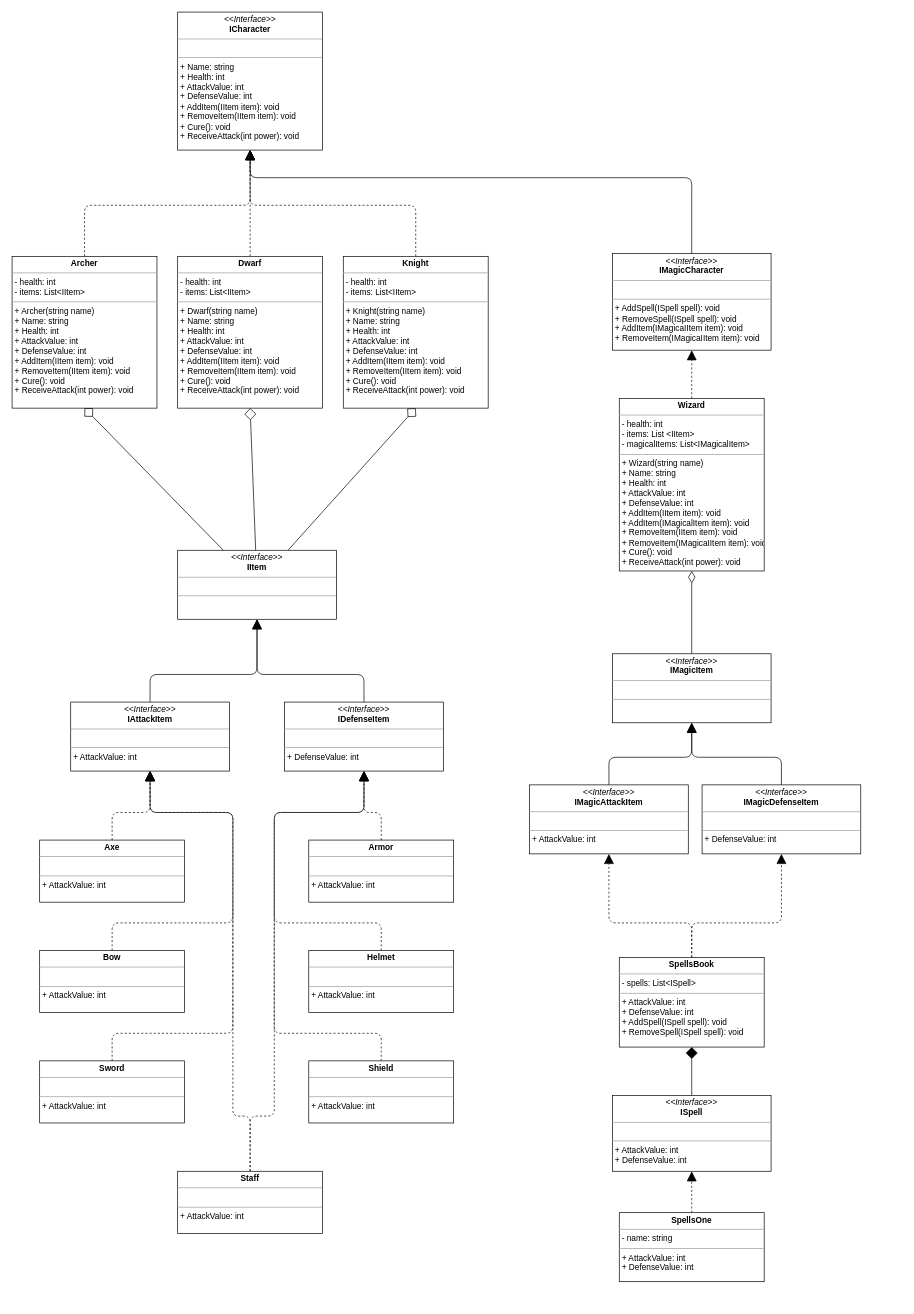
The draw.io diagram docs/Diagram_original.drawio in cardo88/UCU_P2_RoleplayGame_3_Start, before the edit. Source tidied: cells renumbered, new cells numbered last; positions are measured from the earlier drawing's top-left corner, leaving out a move shared by most shapes. Both pictures are drawn from the tidied source at 69%, with x=0, y=0 at pixel (12, 12).
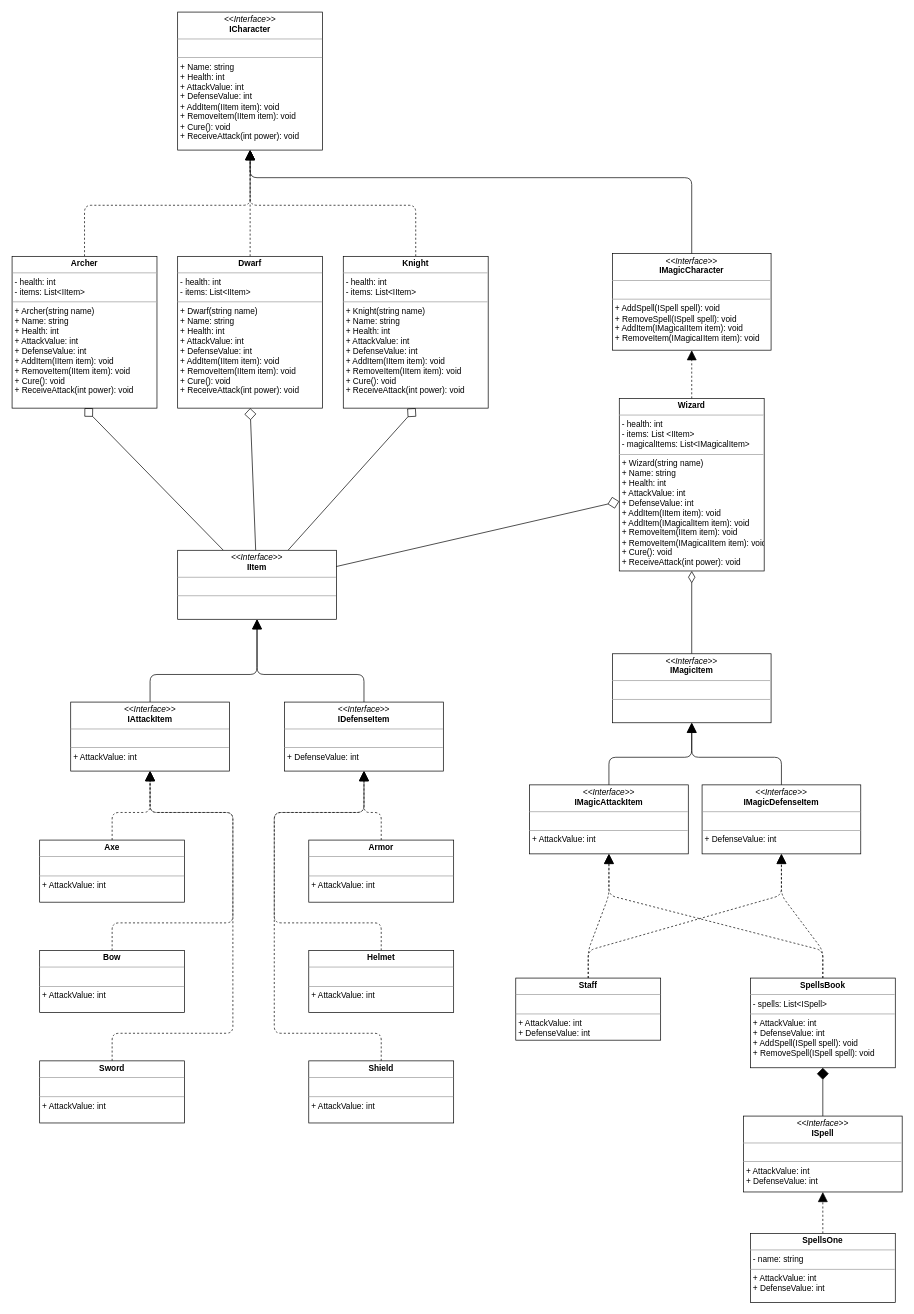
Above is the later version.

Commit message (it also covers changes not shown here):
borrador de diagrama nuevo

Unchanged cells that the change refers to:
```xml
<mxCell id="11" value="&lt;p style=&quot;margin: 0px ; margin-top: 4px ; text-align: center&quot;&gt;&lt;b&gt;Wizard&lt;/b&gt;&lt;/p&gt;&lt;hr size=&quot;1&quot;&gt;&lt;p style=&quot;margin: 0px ; margin-left: 4px&quot;&gt;- health: int&lt;/p&gt;&lt;p style=&quot;margin: 0px ; margin-left: 4px&quot;&gt;- items: List &amp;lt;IItem&amp;gt;&lt;/p&gt;&lt;p style=&quot;margin: 0px ; margin-left: 4px&quot;&gt;- magicalItems: List&amp;lt;IMagicalItem&amp;gt;&lt;/p&gt;&lt;hr size=&quot;1&quot;&gt;&lt;p style=&quot;margin: 0px 0px 0px 4px&quot;&gt;+ Wizard(string name)&lt;/p&gt;&lt;p style=&quot;margin: 0px 0px 0px 4px&quot;&gt;+ Name: string&lt;br&gt;+ Health: int&lt;/p&gt;&lt;p style=&quot;margin: 0px 0px 0px 4px&quot;&gt;+ AttackValue: int&lt;/p&gt;&lt;p style=&quot;margin: 0px 0px 0px 4px&quot;&gt;+ DefenseValue: int&lt;/p&gt;&lt;p style=&quot;margin: 0px 0px 0px 4px&quot;&gt;+ AddItem(IItem item): void&lt;/p&gt;&lt;p style=&quot;margin: 0px 0px 0px 4px&quot;&gt;+ AddItem(IMagicalItem item): void&lt;/p&gt;&lt;p style=&quot;margin: 0px 0px 0px 4px&quot;&gt;+ RemoveItem(IItem item): void&lt;/p&gt;&lt;p style=&quot;margin: 0px 0px 0px 4px&quot;&gt;+ RemoveItem(IMagicaIItem item): void&lt;/p&gt;&lt;p style=&quot;margin: 0px 0px 0px 4px&quot;&gt;+ Cure(): void&lt;/p&gt;&lt;p style=&quot;margin: 0px 0px 0px 4px&quot;&gt;+ ReceiveAttack(int power): void&lt;/p&gt;&lt;div&gt;&lt;br&gt;&lt;/div&gt;" style="verticalAlign=top;align=left;overflow=fill;fontSize=12;fontFamily=Helvetica;html=1;" parent="1" vertex="1">
  <mxGeometry x="880" y="560" width="210" height="250" as="geometry" />
</mxCell>
<mxCell id="15" value="&lt;p style=&quot;margin: 0px ; margin-top: 4px ; text-align: center&quot;&gt;&lt;i&gt;&amp;lt;&amp;lt;Interface&amp;gt;&amp;gt;&lt;/i&gt;&lt;br&gt;&lt;b&gt;IMagicAttackItem&lt;/b&gt;&lt;/p&gt;&lt;hr size=&quot;1&quot;&gt;&lt;p style=&quot;margin: 0px ; margin-left: 4px&quot;&gt;&lt;br&gt;&lt;/p&gt;&lt;hr size=&quot;1&quot;&gt;&lt;p style=&quot;margin: 0px 0px 0px 4px&quot;&gt;+ AttackValue: int&lt;/p&gt;&lt;div&gt;&lt;br&gt;&lt;/div&gt;" style="verticalAlign=top;align=left;overflow=fill;fontSize=12;fontFamily=Helvetica;html=1;" parent="1" vertex="1">
  <mxGeometry x="750" y="1120" width="230" height="100" as="geometry" />
</mxCell>
<mxCell id="17" value="&lt;p style=&quot;margin: 0px ; margin-top: 4px ; text-align: center&quot;&gt;&lt;i&gt;&amp;lt;&amp;lt;Interface&amp;gt;&amp;gt;&lt;/i&gt;&lt;br&gt;&lt;b&gt;IMagicDefenseItem&lt;/b&gt;&lt;/p&gt;&lt;hr size=&quot;1&quot;&gt;&lt;p style=&quot;margin: 0px ; margin-left: 4px&quot;&gt;&lt;br&gt;&lt;/p&gt;&lt;hr size=&quot;1&quot;&gt;&lt;p style=&quot;margin: 0px 0px 0px 4px&quot;&gt;+ DefenseValue: int&lt;/p&gt;" style="verticalAlign=top;align=left;overflow=fill;fontSize=12;fontFamily=Helvetica;html=1;" parent="1" vertex="1">
  <mxGeometry x="1000" y="1120" width="230" height="100" as="geometry" />
</mxCell>
<mxCell id="21" value="&lt;p style=&quot;margin: 0px ; margin-top: 4px ; text-align: center&quot;&gt;&lt;i&gt;&amp;lt;&amp;lt;Interface&amp;gt;&amp;gt;&lt;/i&gt;&lt;br&gt;&lt;b&gt;IItem&lt;/b&gt;&lt;/p&gt;&lt;hr size=&quot;1&quot;&gt;&lt;p style=&quot;margin: 0px ; margin-left: 4px&quot;&gt;&lt;br&gt;&lt;/p&gt;&lt;hr size=&quot;1&quot;&gt;&lt;p style=&quot;margin: 0px 0px 0px 4px&quot;&gt;&lt;br&gt;&lt;/p&gt;&lt;div&gt;&lt;br&gt;&lt;/div&gt;" style="verticalAlign=top;align=left;overflow=fill;fontSize=12;fontFamily=Helvetica;html=1;" parent="1" vertex="1">
  <mxGeometry x="240" y="780" width="230" height="100" as="geometry" />
</mxCell>
<mxCell id="23" value="&lt;p style=&quot;margin: 0px ; margin-top: 4px ; text-align: center&quot;&gt;&lt;i&gt;&amp;lt;&amp;lt;Interface&amp;gt;&amp;gt;&lt;/i&gt;&lt;br&gt;&lt;b&gt;IAttackItem&lt;/b&gt;&lt;/p&gt;&lt;hr size=&quot;1&quot;&gt;&lt;p style=&quot;margin: 0px ; margin-left: 4px&quot;&gt;&lt;br&gt;&lt;/p&gt;&lt;hr size=&quot;1&quot;&gt;&lt;p style=&quot;margin: 0px 0px 0px 4px&quot;&gt;+ AttackValue: int&lt;/p&gt;" style="verticalAlign=top;align=left;overflow=fill;fontSize=12;fontFamily=Helvetica;html=1;" parent="1" vertex="1">
  <mxGeometry x="85" y="1000" width="230" height="100" as="geometry" />
</mxCell>
<mxCell id="25" value="&lt;p style=&quot;margin: 0px ; margin-top: 4px ; text-align: center&quot;&gt;&lt;i&gt;&amp;lt;&amp;lt;Interface&amp;gt;&amp;gt;&lt;/i&gt;&lt;br&gt;&lt;b&gt;IDefenseItem&lt;/b&gt;&lt;/p&gt;&lt;hr size=&quot;1&quot;&gt;&lt;p style=&quot;margin: 0px ; margin-left: 4px&quot;&gt;&lt;br&gt;&lt;/p&gt;&lt;hr size=&quot;1&quot;&gt;&lt;p style=&quot;margin: 0px 0px 0px 4px&quot;&gt;+ DefenseValue: int&lt;/p&gt;&lt;div&gt;&lt;br&gt;&lt;/div&gt;" style="verticalAlign=top;align=left;overflow=fill;fontSize=12;fontFamily=Helvetica;html=1;" parent="1" vertex="1">
  <mxGeometry x="395" y="1000" width="230" height="100" as="geometry" />
</mxCell>
```

The edit, as a diff of the source:
```diff
@@
-    <mxCell id="32" style="edgeStyle=none;html=1;exitX=0.5;exitY=0;exitDx=0;exitDy=0;dashed=1;endArrow=block;endFill=1;endSize=12;strokeWidth=1;entryX=0.5;entryY=1;entryDx=0;entryDy=0;" parent="1" edge="1" source="34" target="23">
+    <mxCell id="32" style="edgeStyle=none;html=1;exitX=0.5;exitY=0;exitDx=0;exitDy=0;dashed=1;endArrow=block;endFill=1;endSize=12;strokeWidth=1;entryX=0.5;entryY=1;entryDx=0;entryDy=0;" parent="1" edge="1" source="34" target="15">
       <mxGeometry relative="1" as="geometry">
         <Array as="points">
-          <mxPoint x="345" y="1600" />
-          <mxPoint x="320" y="1600" />
-          <mxPoint x="320" y="1160" />
-          <mxPoint x="200" y="1160" />
+          <mxPoint x="835" y="1360" />
+          <mxPoint x="865" y="1280" />
         </Array>
       </mxGeometry>
     </mxCell>
-    <mxCell id="33" style="edgeStyle=none;html=1;exitX=0.5;exitY=0;exitDx=0;exitDy=0;entryX=0.5;entryY=1;entryDx=0;entryDy=0;dashed=1;endArrow=block;endFill=1;endSize=12;strokeWidth=1;" parent="1" edge="1" source="34" target="25">
+    <mxCell id="33" style="edgeStyle=none;html=1;exitX=0.5;exitY=0;exitDx=0;exitDy=0;entryX=0.5;entryY=1;entryDx=0;entryDy=0;dashed=1;endArrow=block;endFill=1;endSize=12;strokeWidth=1;" parent="1" edge="1" source="34" target="17">
       <mxGeometry relative="1" as="geometry">
         <Array as="points">
-          <mxPoint x="345" y="1600" />
-          <mxPoint x="380" y="1600" />
-          <mxPoint x="380" y="1160" />
-          <mxPoint x="510" y="1160" />
+          <mxPoint x="835" y="1360" />
+          <mxPoint x="1115" y="1280" />
         </Array>
       </mxGeometry>
     </mxCell>
-    <mxCell id="34" value="&lt;p style=&quot;margin: 0px ; margin-top: 4px ; text-align: center&quot;&gt;&lt;b&gt;Staff&lt;/b&gt;&lt;/p&gt;&lt;hr size=&quot;1&quot;&gt;&lt;p style=&quot;margin: 0px ; margin-left: 4px&quot;&gt;&lt;br&gt;&lt;/p&gt;&lt;hr size=&quot;1&quot;&gt;&lt;p style=&quot;margin: 0px 0px 0px 4px&quot;&gt;+ AttackValue: int&lt;/p&gt;&lt;div&gt;&lt;br&gt;&lt;/div&gt;" style="verticalAlign=top;align=left;overflow=fill;fontSize=12;fontFamily=Helvetica;html=1;" parent="1" vertex="1">
-      <mxGeometry x="240" y="1680" width="210" height="90" as="geometry" />
+    <mxCell id="34" value="&lt;p style=&quot;margin: 0px ; margin-top: 4px ; text-align: center&quot;&gt;&lt;b&gt;Staff&lt;/b&gt;&lt;/p&gt;&lt;hr size=&quot;1&quot;&gt;&lt;p style=&quot;margin: 0px ; margin-left: 4px&quot;&gt;&lt;br&gt;&lt;/p&gt;&lt;hr size=&quot;1&quot;&gt;&lt;p style=&quot;margin: 0px 0px 0px 4px&quot;&gt;+ AttackValue: int&lt;/p&gt;&lt;p style=&quot;margin: 0px 0px 0px 4px&quot;&gt;+ DefenseValue: int&lt;/p&gt;&lt;div&gt;&lt;br&gt;&lt;/div&gt;" style="verticalAlign=top;align=left;overflow=fill;fontSize=12;fontFamily=Helvetica;html=1;" parent="1" vertex="1">
+      <mxGeometry x="730" y="1400" width="210" height="90" as="geometry" />
     </mxCell>
@@
     <mxCell id="41" style="edgeStyle=none;html=1;exitX=0.5;exitY=0;exitDx=0;exitDy=0;entryX=0.5;entryY=1;entryDx=0;entryDy=0;dashed=1;endArrow=block;endFill=1;endSize=12;strokeWidth=1;" parent="1" edge="1" source="43" target="17">
       <mxGeometry relative="1" as="geometry">
         <Array as="points">
-          <mxPoint x="985" y="1320" />
-          <mxPoint x="1115" y="1320" />
+          <mxPoint x="1175" y="1360" />
+          <mxPoint x="1115" y="1280" />
         </Array>
       </mxGeometry>
     </mxCell>
     <mxCell id="42" style="edgeStyle=none;html=1;exitX=0.5;exitY=0;exitDx=0;exitDy=0;entryX=0.5;entryY=1;entryDx=0;entryDy=0;dashed=1;endArrow=block;endFill=1;endSize=12;strokeWidth=1;" parent="1" edge="1" source="43" target="15">
       <mxGeometry relative="1" as="geometry">
         <Array as="points">
-          <mxPoint x="985" y="1320" />
-          <mxPoint x="865" y="1320" />
+          <mxPoint x="1175" y="1360" />
+          <mxPoint x="865" y="1280" />
         </Array>
       </mxGeometry>
     </mxCell>
     <mxCell id="43" value="&lt;p style=&quot;margin: 0px ; margin-top: 4px ; text-align: center&quot;&gt;&lt;b&gt;SpellsBook&lt;/b&gt;&lt;/p&gt;&lt;hr size=&quot;1&quot;&gt;&lt;p style=&quot;margin: 0px ; margin-left: 4px&quot;&gt;- spells: List&amp;lt;ISpell&amp;gt;&lt;/p&gt;&lt;hr size=&quot;1&quot;&gt;&lt;p style=&quot;margin: 0px 0px 0px 4px&quot;&gt;+ AttackValue: int&lt;/p&gt;&lt;p style=&quot;margin: 0px 0px 0px 4px&quot;&gt;+ DefenseValue: int&lt;/p&gt;&lt;p style=&quot;margin: 0px 0px 0px 4px&quot;&gt;+ AddSpell(ISpell spell): void&lt;/p&gt;&lt;p style=&quot;margin: 0px 0px 0px 4px&quot;&gt;+ RemoveSpell(ISpell spell): void&lt;/p&gt;&lt;div&gt;&lt;br&gt;&lt;/div&gt;" style="verticalAlign=top;align=left;overflow=fill;fontSize=12;fontFamily=Helvetica;html=1;" parent="1" vertex="1">
-      <mxGeometry x="880" y="1370" width="210" height="130" as="geometry" />
+      <mxGeometry x="1070" y="1400" width="210" height="130" as="geometry" />
     </mxCell>
@@
     <mxCell id="45" value="&lt;p style=&quot;margin: 0px ; margin-top: 4px ; text-align: center&quot;&gt;&lt;i&gt;&amp;lt;&amp;lt;Interface&amp;gt;&amp;gt;&lt;/i&gt;&lt;br&gt;&lt;b&gt;ISpell&lt;/b&gt;&lt;/p&gt;&lt;hr size=&quot;1&quot;&gt;&lt;p style=&quot;margin: 0px ; margin-left: 4px&quot;&gt;&lt;br&gt;&lt;/p&gt;&lt;hr size=&quot;1&quot;&gt;&lt;p style=&quot;margin: 0px 0px 0px 4px&quot;&gt;+ AttackValue: int&lt;/p&gt;&lt;p style=&quot;margin: 0px 0px 0px 4px&quot;&gt;+ DefenseValue: int&lt;/p&gt;" style="verticalAlign=top;align=left;overflow=fill;fontSize=12;fontFamily=Helvetica;html=1;" parent="1" vertex="1">
-      <mxGeometry x="870" y="1570" width="230" height="110" as="geometry" />
+      <mxGeometry x="1060" y="1600" width="230" height="110" as="geometry" />
     </mxCell>
@@
     <mxCell id="47" value="&lt;p style=&quot;margin: 0px ; margin-top: 4px ; text-align: center&quot;&gt;&lt;b&gt;SpellsOne&lt;/b&gt;&lt;/p&gt;&lt;hr size=&quot;1&quot;&gt;&lt;p style=&quot;margin: 0px ; margin-left: 4px&quot;&gt;- name: string&lt;/p&gt;&lt;hr size=&quot;1&quot;&gt;&lt;p style=&quot;margin: 0px 0px 0px 4px&quot;&gt;+ AttackValue: int&lt;/p&gt;&lt;p style=&quot;margin: 0px 0px 0px 4px&quot;&gt;+ DefenseValue: int&lt;/p&gt;&lt;div&gt;&lt;br&gt;&lt;/div&gt;" style="verticalAlign=top;align=left;overflow=fill;fontSize=12;fontFamily=Helvetica;html=1;" parent="1" vertex="1">
-      <mxGeometry x="880" y="1740" width="210" height="100" as="geometry" />
+      <mxGeometry x="1070" y="1770" width="210" height="100" as="geometry" />
     </mxCell>
@@
+    <mxCell id="49" style="html=1;endArrow=diamond;endFill=0;endSize=15;strokeWidth=1;" parent="1" edge="1" source="21" target="11">
+      <mxGeometry relative="1" as="geometry" />
+    </mxCell>
```
